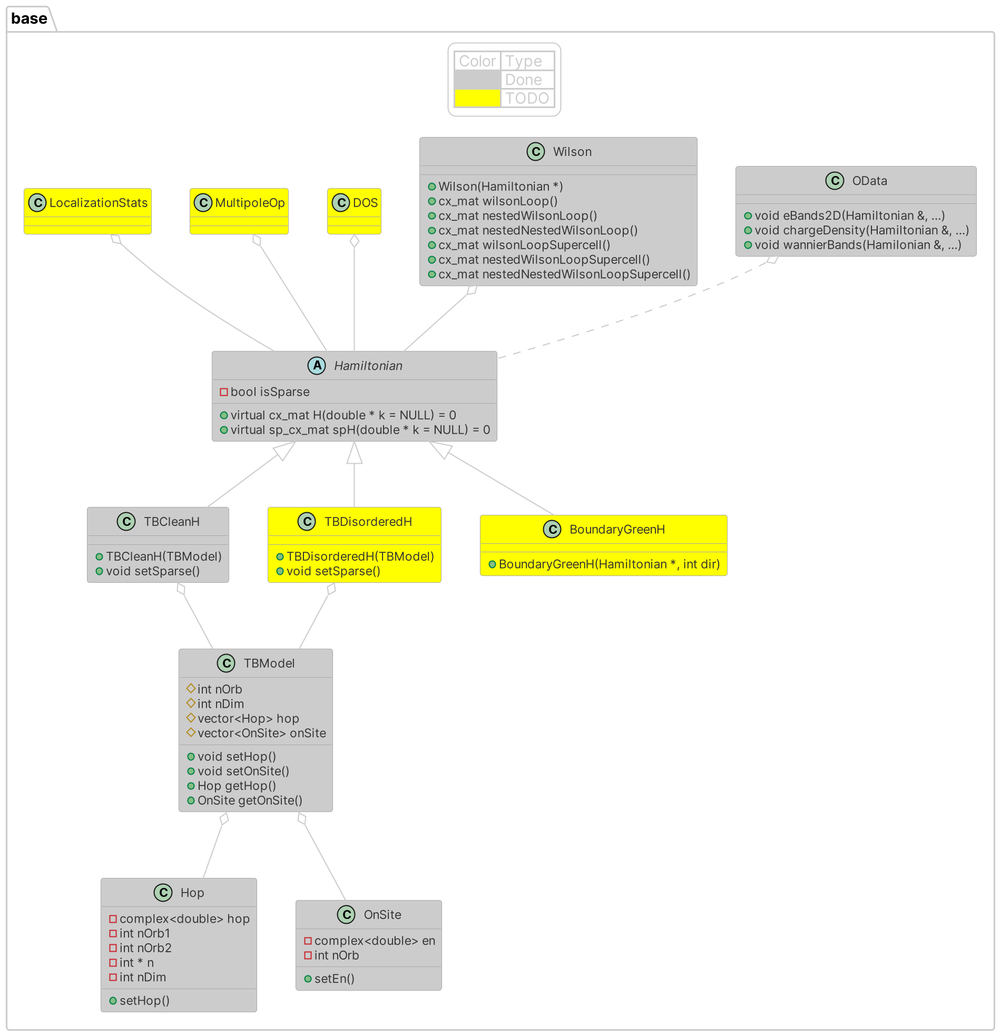
The PlantUML diagram diagram/diagram.png in Hugo-loio/TIM, before a commit.
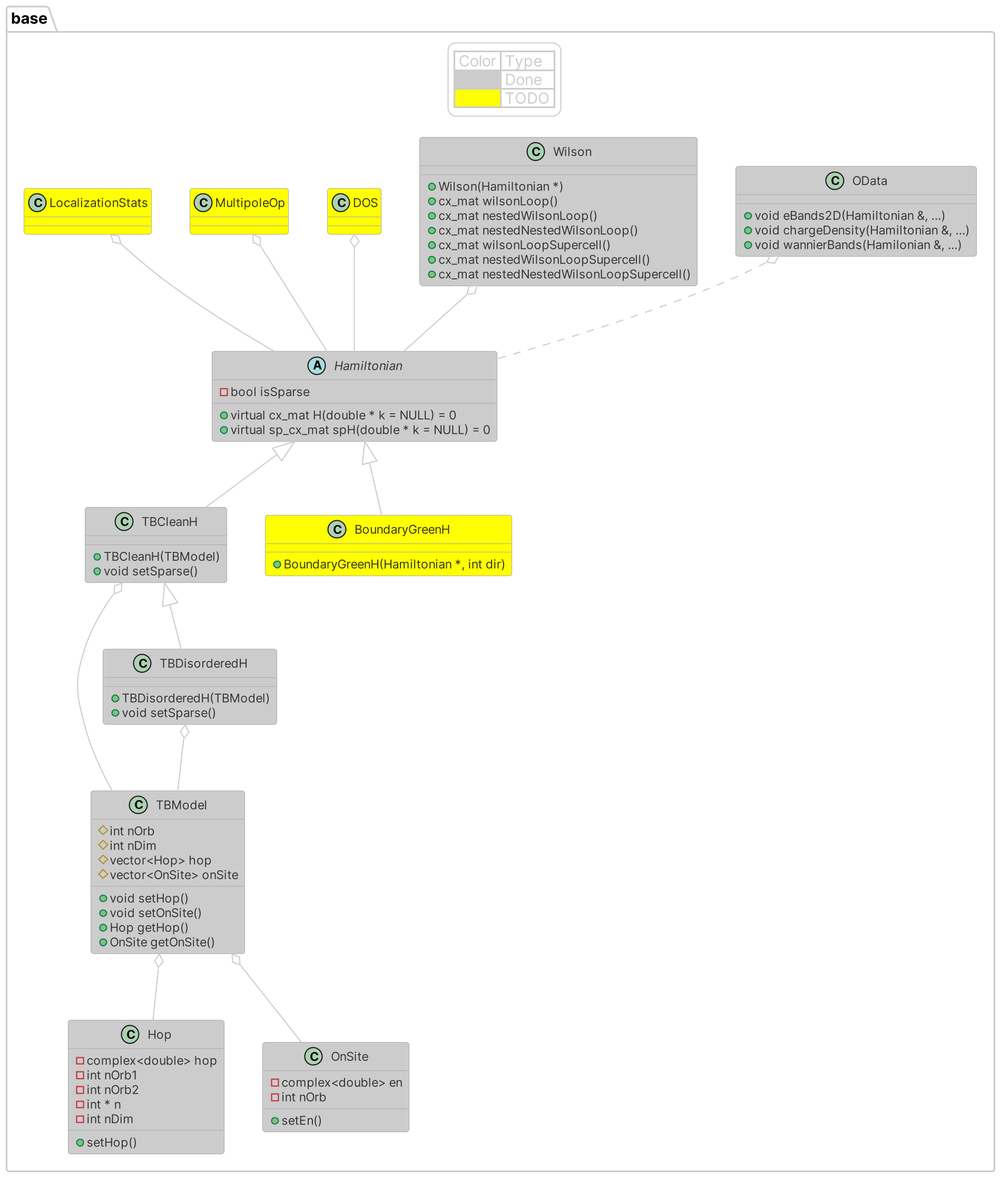
The same file after the commit.

Change to the diagram source:
```diff
@@ -68,7 +68,7 @@
   + void setSparse()
 }
 
-class TBDisorderedH #yellow{
+class TBDisorderedH{
   + TBDisorderedH(TBModel)
   + void setSparse()
 }
@@ -84,7 +84,7 @@
 OData o..Hamiltonian
 
 Hamiltonian <|-- TBCleanH
-Hamiltonian <|-- TBDisorderedH
+TBCleanH <|-- TBDisorderedH
 Hamiltonian <|-- BoundaryGreenH
 
 TBCleanH o-- TBModel
```
